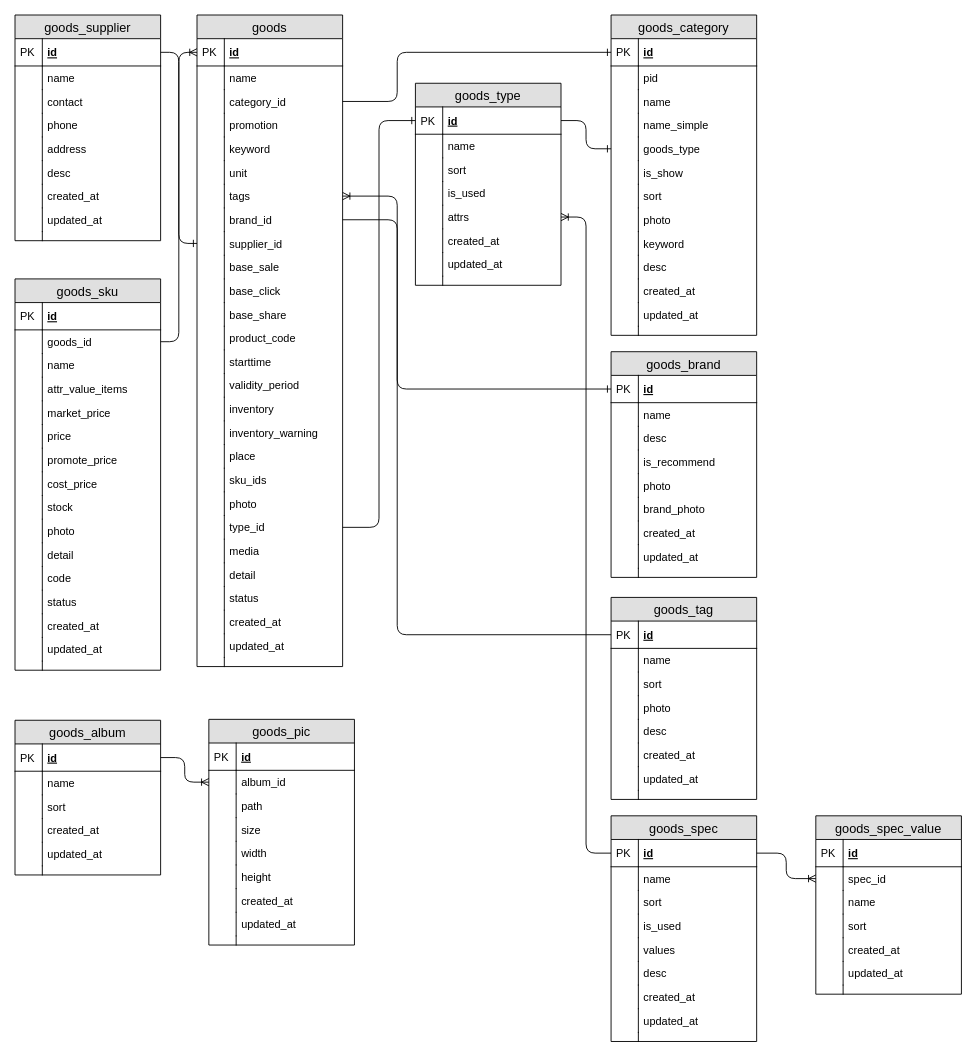
Before: 个人开源电商/littlemall_serivce_sql.drawio in wurh/myDesignDoc, a draw.io diagram. Source tidied: cells renumbered, new cells numbered last; positions are measured from the earlier drawing's top-left corner, leaving out a move shared by most shapes. Both pictures are drawn from the tidied source at 91%, with x=0, y=0 at pixel (15, 15).
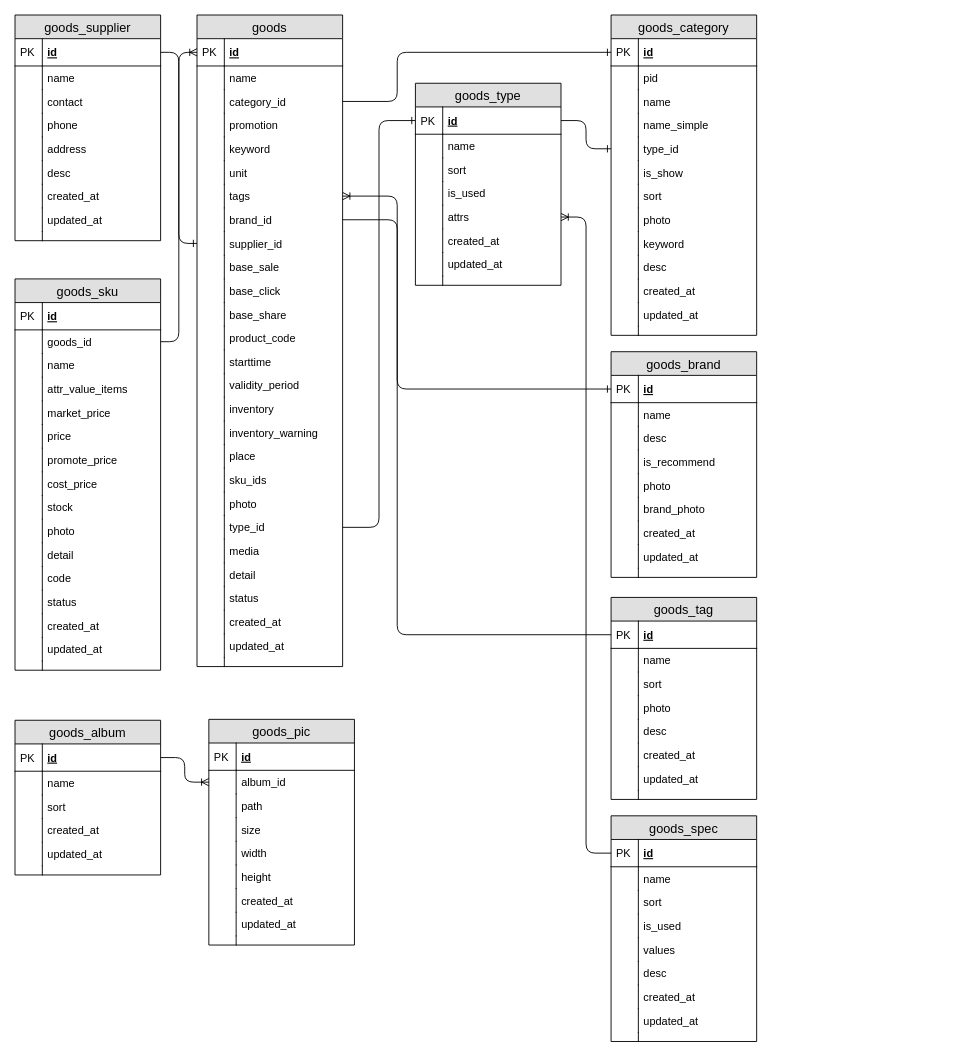
After the change.

Unchanged cells that the change refers to:
```xml
<mxCell id="2" value="goods_category" style="swimlane;fontStyle=0;horizontal=1;startSize=26;fillColor=#e0e0e0;swimlaneFillColor=#ffffff;align=center;fontSize=14;" parent="1" vertex="1">
  <mxGeometry x="655" width="160" height="352" as="geometry" />
</mxCell>
<mxCell id="66" value="id" style="shape=partialRectangle;top=0;left=0;right=0;bottom=1;align=left;verticalAlign=middle;fillColor=none;spacingLeft=34;spacingRight=4;overflow=hidden;points=[[0,0.5],[1,0.5]];portConstraint=eastwest;fontStyle=5;fontSize=12;" parent="65" vertex="1">
  <mxGeometry y="26" width="160" height="30" as="geometry" />
</mxCell>
```

Change to the diagram source:
```diff
@@
-    <mxCell id="11" value="goods_type" style="shape=partialRectangle;top=0;left=0;right=0;bottom=0;align=left;verticalAlign=top;fillColor=none;spacingLeft=34;spacingRight=4;overflow=hidden;points=[[0,0.5],[1,0.5]];portConstraint=eastwest;fontSize=12;" parent="2" vertex="1">
+    <mxCell id="11" value="type_id&#10;&#10;" style="shape=partialRectangle;top=0;left=0;right=0;bottom=0;align=left;verticalAlign=top;fillColor=none;spacingLeft=34;spacingRight=4;overflow=hidden;points=[[0,0.5],[1,0.5]];portConstraint=eastwest;fontSize=12;" parent="2" vertex="1">
       <mxGeometry y="134" width="160" height="26" as="geometry" />
     </mxCell>
@@
-    <mxCell id="215" value="goods_spec_value" style="swimlane;fontStyle=0;horizontal=1;startSize=26;fillColor=#e0e0e0;swimlaneFillColor=#ffffff;align=center;fontSize=14;" parent="1" vertex="1">
-      <mxGeometry x="880" y="880" width="160" height="196" as="geometry" />
-    </mxCell>
-    <mxCell id="216" value="id" style="shape=partialRectangle;top=0;left=0;right=0;bottom=1;align=left;verticalAlign=middle;fillColor=none;spacingLeft=34;spacingRight=4;overflow=hidden;fontStyle=5;fontSize=12;" parent="215" vertex="1">
-      <mxGeometry y="26" width="160" height="30" as="geometry" />
-    </mxCell>
-    <mxCell id="217" value="PK" style="shape=partialRectangle;top=0;left=0;bottom=0;fillColor=none;align=left;verticalAlign=middle;spacingLeft=4;spacingRight=4;overflow=hidden;fontSize=12;" parent="216" vertex="1">
-      <mxGeometry width="30" height="30" as="geometry" />
-    </mxCell>
-    <mxCell id="218" value="spec_id" style="shape=partialRectangle;top=0;left=0;right=0;bottom=0;align=left;verticalAlign=top;fillColor=none;spacingLeft=34;spacingRight=4;overflow=hidden;points=[[0,0.5],[1,0.5]];portConstraint=eastwest;fontSize=12;" parent="215" vertex="1">
-      <mxGeometry y="56" width="160" height="26" as="geometry" />
-    </mxCell>
-    <mxCell id="219" style="shape=partialRectangle;top=0;left=0;bottom=0;fillColor=none;align=left;verticalAlign=top;spacingLeft=4;spacingRight=4;overflow=hidden;fontSize=12;" parent="218" vertex="1">
-      <mxGeometry width="30" height="26" as="geometry" />
-    </mxCell>
-    <mxCell id="220" value="name" style="shape=partialRectangle;top=0;left=0;right=0;bottom=0;align=left;verticalAlign=top;fillColor=none;spacingLeft=34;spacingRight=4;overflow=hidden;fontSize=12;" parent="215" vertex="1">
-      <mxGeometry y="82" width="160" height="26" as="geometry" />
-    </mxCell>
-    <mxCell id="221" style="shape=partialRectangle;top=0;left=0;bottom=0;fillColor=none;align=left;verticalAlign=top;spacingLeft=4;spacingRight=4;overflow=hidden;fontSize=12;" parent="220" vertex="1">
-      <mxGeometry width="30" height="26" as="geometry" />
-    </mxCell>
-    <mxCell id="222" value="sort" style="shape=partialRectangle;top=0;left=0;right=0;bottom=0;align=left;verticalAlign=top;fillColor=none;spacingLeft=34;spacingRight=4;overflow=hidden;fontSize=12;" parent="215" vertex="1">
-      <mxGeometry y="108" width="160" height="26" as="geometry" />
-    </mxCell>
-    <mxCell id="223" style="shape=partialRectangle;top=0;left=0;bottom=0;fillColor=none;align=left;verticalAlign=top;spacingLeft=4;spacingRight=4;overflow=hidden;fontSize=12;" parent="222" vertex="1">
-      <mxGeometry width="30" height="26" as="geometry" />
-    </mxCell>
-    <mxCell id="224" value="created_at" style="shape=partialRectangle;top=0;left=0;right=0;bottom=0;align=left;verticalAlign=top;fillColor=none;spacingLeft=34;spacingRight=4;overflow=hidden;fontSize=12;" parent="215" vertex="1">
-      <mxGeometry y="134" width="160" height="26" as="geometry" />
-    </mxCell>
-    <mxCell id="225" style="shape=partialRectangle;top=0;left=0;bottom=0;fillColor=none;align=left;verticalAlign=top;spacingLeft=4;spacingRight=4;overflow=hidden;fontSize=12;" parent="224" vertex="1">
-      <mxGeometry width="30" height="26" as="geometry" />
-    </mxCell>
-    <mxCell id="226" value="updated_at" style="shape=partialRectangle;top=0;left=0;right=0;bottom=0;align=left;verticalAlign=top;fillColor=none;spacingLeft=34;spacingRight=4;overflow=hidden;fontSize=12;" parent="215" vertex="1">
-      <mxGeometry y="160" width="160" height="26" as="geometry" />
-    </mxCell>
-    <mxCell id="227" style="shape=partialRectangle;top=0;left=0;bottom=0;fillColor=none;align=left;verticalAlign=top;spacingLeft=4;spacingRight=4;overflow=hidden;fontSize=12;" parent="226" vertex="1">
-      <mxGeometry width="30" height="26" as="geometry" />
-    </mxCell>
-    <mxCell id="228" style="shape=partialRectangle;top=0;left=0;right=0;bottom=0;align=left;verticalAlign=top;fillColor=none;spacingLeft=34;spacingRight=4;overflow=hidden;fontSize=12;" parent="215" vertex="1">
-      <mxGeometry y="186" width="160" height="10" as="geometry" />
-    </mxCell>
-    <mxCell id="229" style="shape=partialRectangle;top=0;left=0;bottom=0;fillColor=none;align=left;verticalAlign=top;spacingLeft=4;spacingRight=4;overflow=hidden;fontSize=12;" parent="228" vertex="1">
-      <mxGeometry width="30" height="10" as="geometry" />
-    </mxCell>
-    <mxCell id="230" style="edgeStyle=orthogonalEdgeStyle;fontSize=12;html=1;endArrow=ERoneToMany;entryX=0;entryY=0.5;entryDx=0;entryDy=0;" parent="1" edge="1" source="66" target="218">
-      <mxGeometry relative="1" as="geometry" />
-    </mxCell>
```
